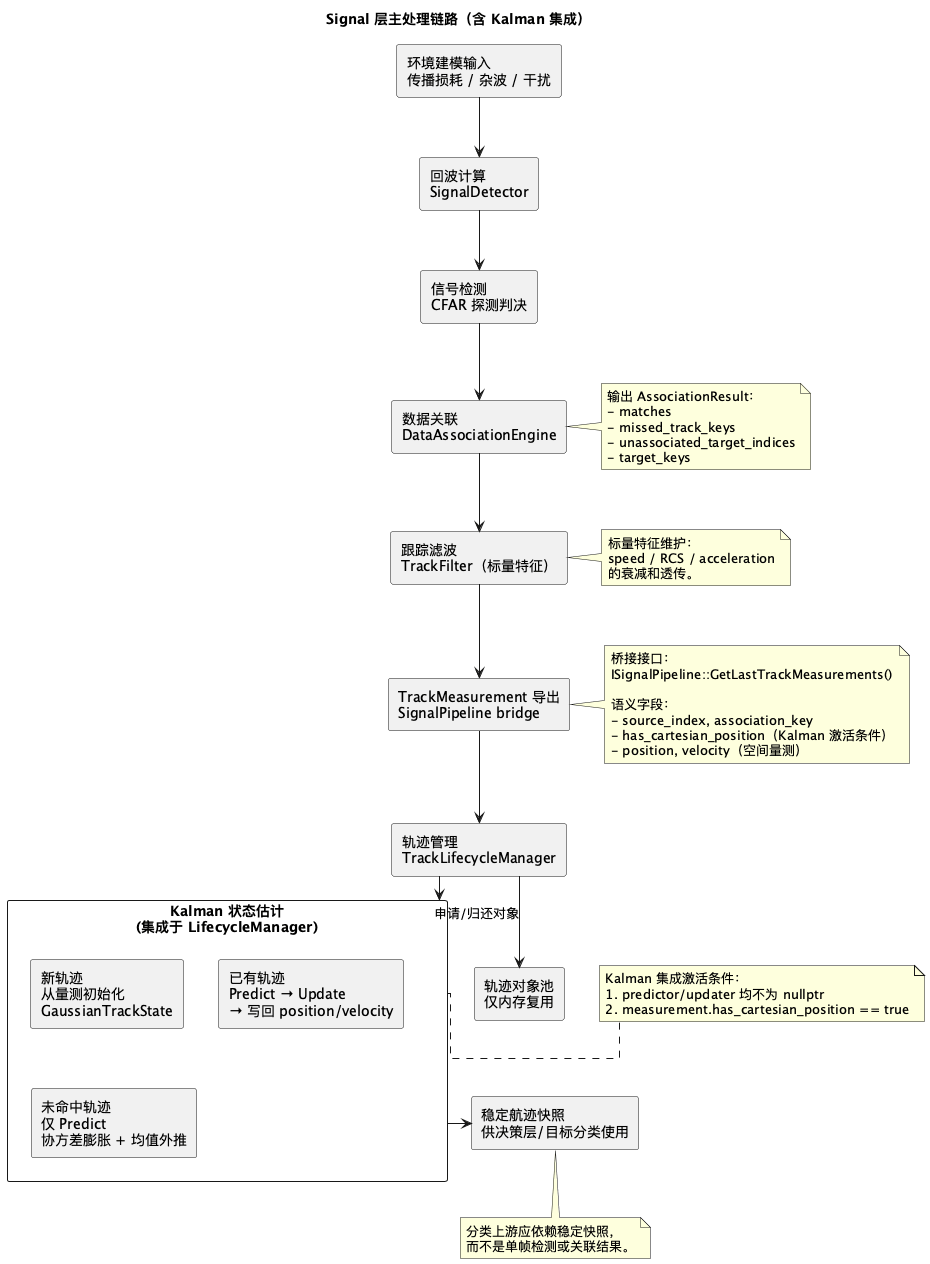
Above: doc/architecture/signal/signal-processing-flow.png in boilwater-3/1q (PlantUML), before the change.
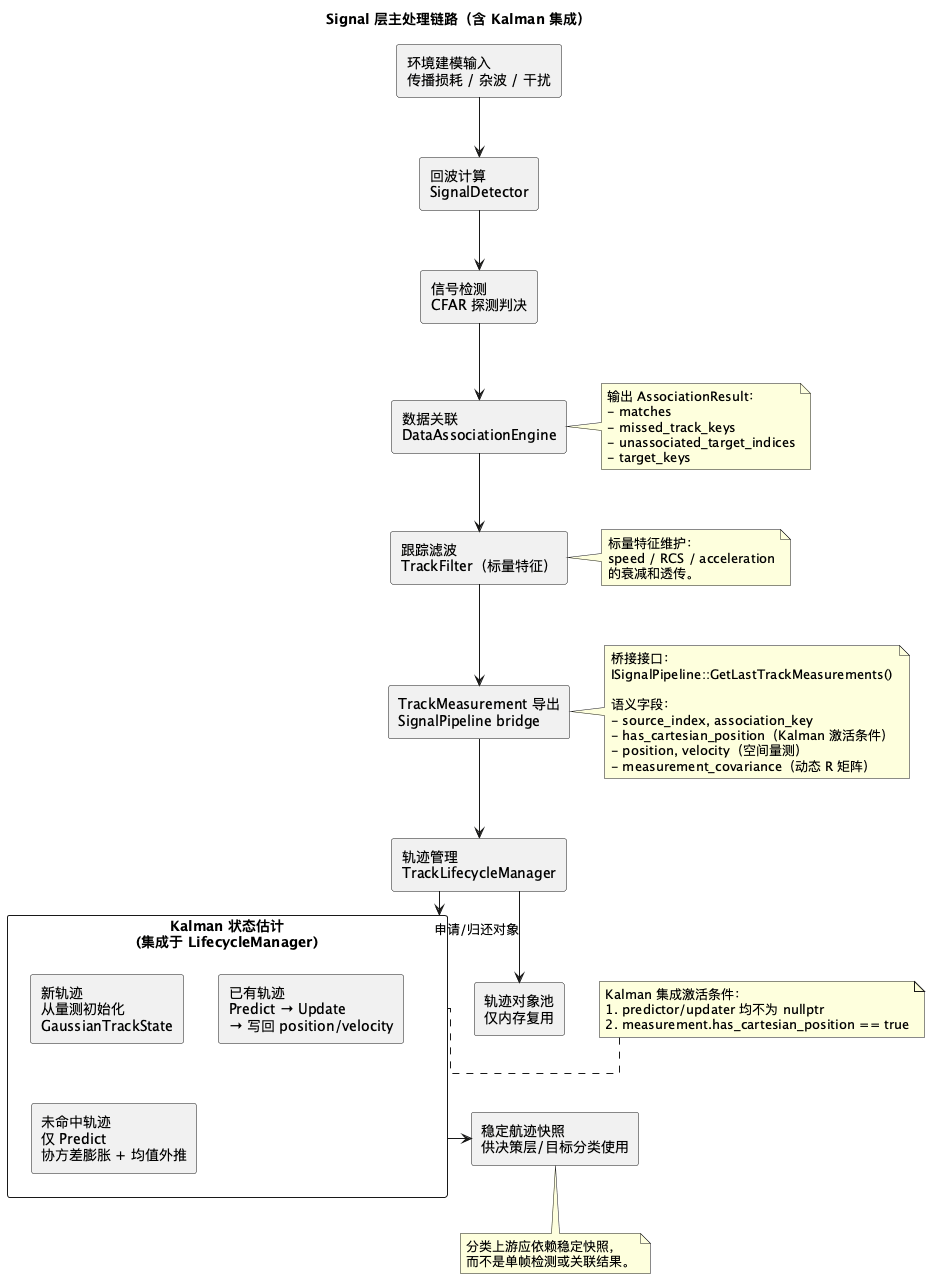
The same diagram one commit later.

Commit message:
docs(architecture): 更新信号层组件级落地文档与图示

Change to the diagram source:
```diff
@@ -54,6 +54,7 @@
   - source_index, association_key
   - has_cartesian_position（Kalman 激活条件）
   - position, velocity（空间量测）
+  - measurement_covariance（动态 R 矩阵）
 end note
 
 note right of KALMAN
```
